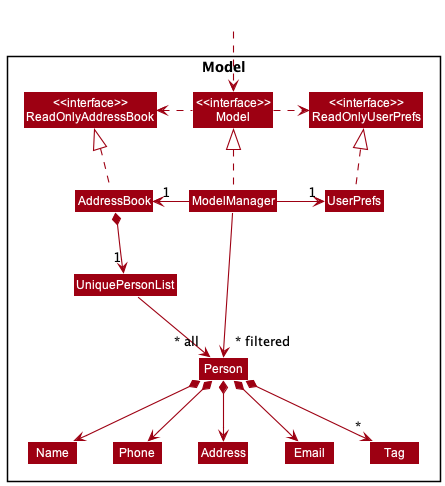
The PlantUML diagram docs/images/ModelClassDiagram.png in nus-cs2103-AY2223S2/tp, before a commit.
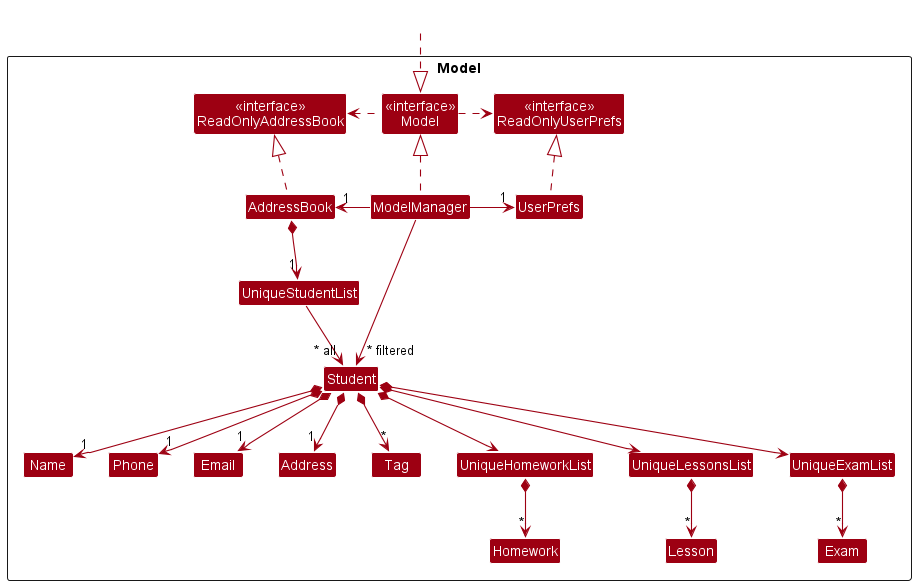
Later version of the same file.

Commit message:
Update architecture diagrams in UML

The edit, as a diff of the source:
```diff
@@ -6,45 +6,65 @@
 
 Package Model <<Rectangle>>{
 Class "<<interface>>\nReadOnlyAddressBook" as ReadOnlyAddressBook
+Class "<<interface>>\nModel" as model
 Class "<<interface>>\nReadOnlyUserPrefs" as ReadOnlyUserPrefs
-Class "<<interface>>\nModel" as Model
 Class AddressBook
 Class ModelManager
 Class UserPrefs
 
-Class UniquePersonList
-Class Person
+Class UniqueStudentList
+Class Student
 Class Address
 Class Email
 Class Name
 Class Phone
 Class Tag
+Class Homework
+Class Exam
+Class Lesson
+
+
+Class UniqueHomeworkList
+Class UniqueLessonsList
+Class UniqueExamList
 
 }
+Class HiddenOutside #FFFFFF
+HiddenOutside .down.|> model
 
-Class HiddenOutside #FFFFFF
-HiddenOutside ..> Model
-
+ModelManager .up.|> model
 AddressBook .up.|> ReadOnlyAddressBook
-
-ModelManager .up.|> Model
-Model .right.> ReadOnlyUserPrefs
-Model .left.> ReadOnlyAddressBook
+model .right.> ReadOnlyUserPrefs
+model .left.> ReadOnlyAddressBook
 ModelManager -left-> "1" AddressBook
 ModelManager -right-> "1" UserPrefs
 UserPrefs .up.|> ReadOnlyUserPrefs
 
-AddressBook *--> "1" UniquePersonList
-UniquePersonList --> "~* all" Person
-Person *--> Name
-Person *--> Phone
-Person *--> Email
-Person *--> Address
-Person *--> "*" Tag
+
+
+AddressBook *--> "1" UniqueStudentList
+UniqueStudentList --> "~* all" Student
+Student *--> "1" Name
+Student *--> "1" Phone
+Student *--> "1" Email
+Student *--> "1" Address
+Student *--> "*" Tag
+
+Student *--> UniqueHomeworkList
+UniqueHomeworkList *--> "*" Homework
+
+Student *--> UniqueLessonsList
+UniqueLessonsList *--> "*" Lesson
+
+Student *--> UniqueExamList
+UniqueExamList *--> "*" Exam
+
 
 Name -[hidden]right-> Phone
-Phone -[hidden]right-> Address
-Address -[hidden]right-> Email
+Phone -[hidden]right-> Email
+Email -[hidden]right-> Address
 
-ModelManager -->"~* filtered" Person
+ModelManager -->"~* filtered" Student
+
+
 @enduml
```
